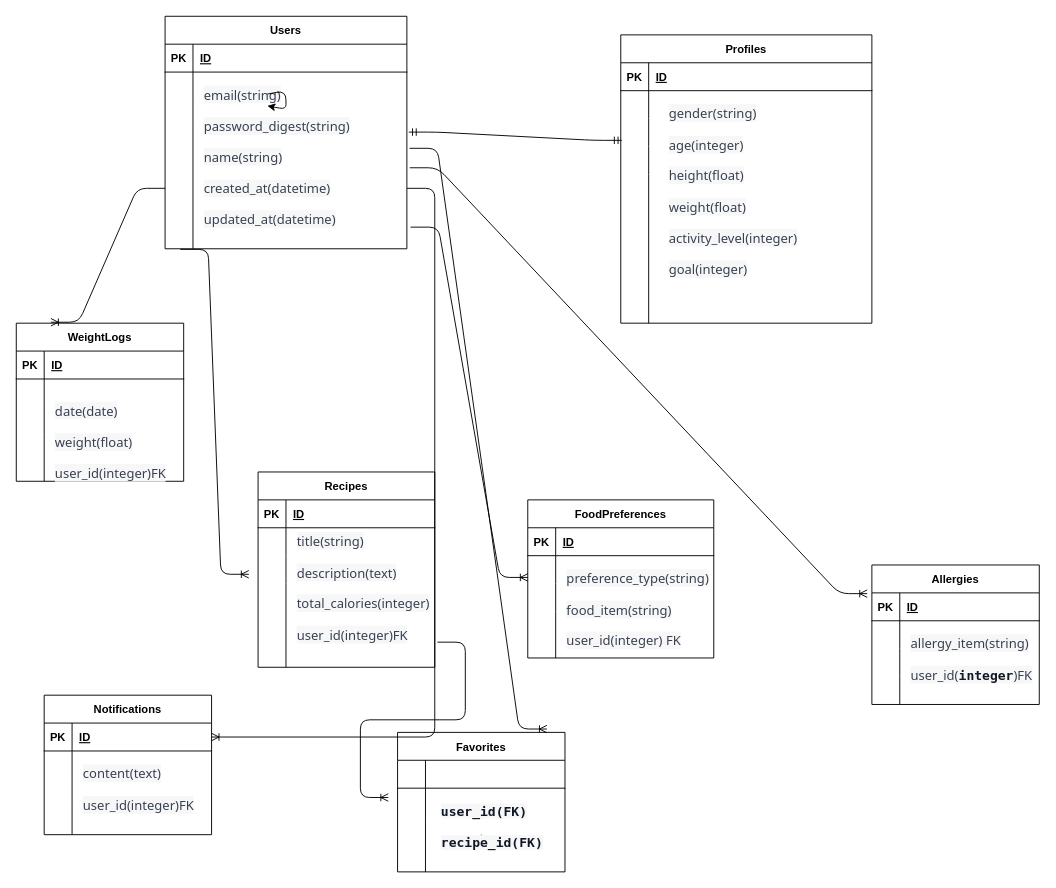
The draw.io diagram er.dio in sakamoto-kohei-44/Fat-Recipe, before the edit. Source tidied: cells renumbered, new cells numbered last; positions are measured from the earlier drawing's top-left corner, leaving out a move shared by most shapes. Both pictures are drawn from the tidied source at 93%, with x=0, y=0 at pixel (16, 16).
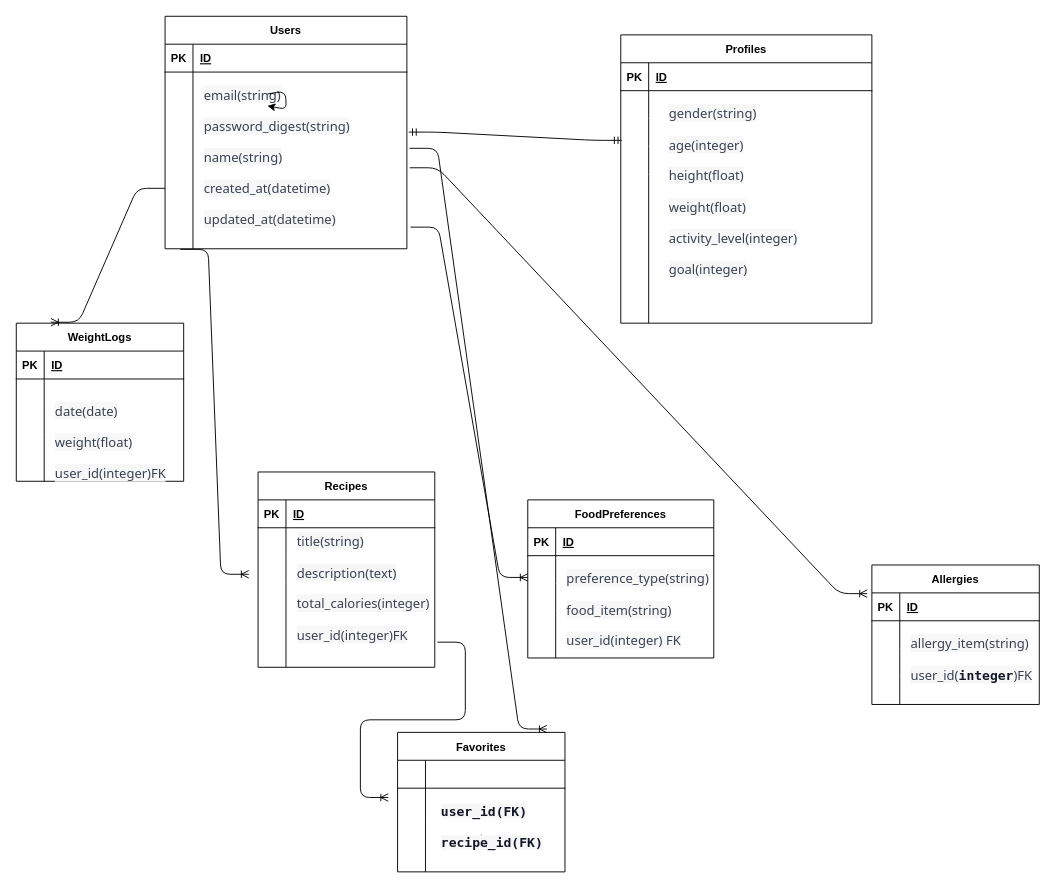
Above is the later version.

Commit message:
:bug:ER図修正

Unchanged cells that the change refers to:
```xml
<mxCell id="82" style="shape=tableRow;horizontal=0;startSize=0;swimlaneHead=0;swimlaneBody=0;fillColor=none;points=[[0,0.5],[1,0.5]];portConstraint=eastwest;top=0;left=0;right=0;bottom=0;fontSize=12;" parent="72" vertex="1">
  <mxGeometry y="120" width="260" height="130" as="geometry" />
</mxCell>
```

Diff of the diagram source:
```diff
@@
-    <mxCell id="58" value="Notifications" style="shape=table;startSize=30;childLayout=tableLayout;rowLines=0;fontStyle=1;align=center;fontSize=12;" parent="1" vertex="1">
-      <mxGeometry x="30" y="730" width="180" height="150" as="geometry" />
-    </mxCell>
-    <mxCell id="59" style="shape=tableRow;horizontal=0;startSize=0;swimlaneHead=0;swimlaneBody=0;fillColor=none;points=[[0,0.5],[1,0.5]];portConstraint=eastwest;top=0;left=0;right=0;bottom=1;fontSize=12;" parent="58" vertex="1">
-      <mxGeometry y="30" width="180" height="30" as="geometry" />
-    </mxCell>
-    <mxCell id="60" value="PK" style="shape=partialRectangle;fillColor=none;top=0;left=0;bottom=0;right=0;fontStyle=1;overflow=hidden;fontSize=12;" parent="59" vertex="1">
-      <mxGeometry width="30" height="30" as="geometry" />
-    </mxCell>
-    <mxCell id="61" value="ID" style="shape=partialRectangle;fillColor=none;top=0;left=0;bottom=0;right=0;align=left;spacingLeft=6;fontStyle=5;overflow=hidden;fontSize=12;" parent="59" vertex="1">
-      <mxGeometry x="30" width="150" height="30" as="geometry" />
-    </mxCell>
-    <mxCell id="62" style="shape=tableRow;horizontal=0;startSize=0;swimlaneHead=0;swimlaneBody=0;fillColor=none;top=0;left=0;right=0;bottom=0;fontSize=12;" parent="58" vertex="1">
-      <mxGeometry y="60" width="180" height="30" as="geometry" />
-    </mxCell>
-    <mxCell id="63" style="shape=partialRectangle;fillColor=none;top=0;left=0;bottom=0;right=0;overflow=hidden;fontSize=12;" parent="62" vertex="1">
-      <mxGeometry width="30" height="30" as="geometry" />
-    </mxCell>
-    <mxCell id="64" style="shape=partialRectangle;fillColor=none;top=0;left=0;bottom=0;right=0;align=left;spacingLeft=6;overflow=hidden;fontSize=12;" parent="62" vertex="1">
-      <mxGeometry x="30" width="150" height="30" as="geometry" />
-    </mxCell>
-    <mxCell id="65" style="shape=tableRow;horizontal=0;startSize=0;swimlaneHead=0;swimlaneBody=0;fillColor=none;top=0;left=0;right=0;bottom=0;fontSize=12;" parent="58" vertex="1">
-      <mxGeometry y="90" width="180" height="30" as="geometry" />
-    </mxCell>
-    <mxCell id="66" style="shape=partialRectangle;fillColor=none;top=0;left=0;bottom=0;right=0;overflow=hidden;fontSize=12;" parent="65" vertex="1">
-      <mxGeometry width="30" height="30" as="geometry" />
-    </mxCell>
-    <mxCell id="67" style="shape=partialRectangle;fillColor=none;top=0;left=0;bottom=0;right=0;align=left;spacingLeft=6;overflow=hidden;fontSize=12;" parent="65" vertex="1">
-      <mxGeometry x="30" width="150" height="30" as="geometry" />
-    </mxCell>
-    <mxCell id="68" style="shape=tableRow;horizontal=0;startSize=0;swimlaneHead=0;swimlaneBody=0;fillColor=none;top=0;left=0;right=0;bottom=0;fontSize=12;" parent="58" vertex="1">
-      <mxGeometry y="120" width="180" height="30" as="geometry" />
-    </mxCell>
-    <mxCell id="69" style="shape=partialRectangle;fillColor=none;top=0;left=0;bottom=0;right=0;overflow=hidden;fontSize=12;" parent="68" vertex="1">
-      <mxGeometry width="30" height="30" as="geometry" />
-    </mxCell>
-    <mxCell id="70" style="shape=partialRectangle;fillColor=none;top=0;left=0;bottom=0;right=0;align=left;spacingLeft=6;overflow=hidden;fontSize=12;" parent="68" vertex="1">
-      <mxGeometry x="30" width="150" height="30" as="geometry" />
-    </mxCell>
-    <mxCell id="71" value="&lt;span style=&quot;color: rgb(55, 65, 81); font-family: Söhne, ui-sans-serif, system-ui, -apple-system, &amp;quot;Segoe UI&amp;quot;, Roboto, Ubuntu, Cantarell, &amp;quot;Noto Sans&amp;quot;, sans-serif, &amp;quot;Helvetica Neue&amp;quot;, Arial, &amp;quot;Apple Color Emoji&amp;quot;, &amp;quot;Segoe UI Emoji&amp;quot;, &amp;quot;Segoe UI Symbol&amp;quot;, &amp;quot;Noto Color Emoji&amp;quot;; font-size: 14px; font-style: normal; font-variant-ligatures: normal; font-variant-caps: normal; font-weight: 400; letter-spacing: normal; orphans: 2; text-align: left; text-indent: 0px; text-transform: none; widows: 2; word-spacing: 0px; -webkit-text-stroke-width: 0px; background-color: rgb(247, 247, 248); text-decoration-thickness: initial; text-decoration-style: initial; text-decoration-color: initial; float: none; display: inline !important;&quot;&gt;content(text)&lt;br&gt;&lt;span style=&quot;&quot;&gt;&lt;br&gt;user_id(integer)FK&lt;/span&gt;&lt;br&gt;&lt;br&gt;&lt;/span&gt;" style="text;whiteSpace=wrap;html=1;fontSize=12;" parent="1" vertex="1">
-      <mxGeometry x="70" y="800" width="80" height="40" as="geometry" />
-    </mxCell>
@@
-    <mxCell id="122" style="edgeStyle=entityRelationEdgeStyle;fontSize=12;html=1;endArrow=ERoneToMany;entryX=1;entryY=0.5;entryDx=0;entryDy=0;" parent="1" edge="1" source="82" target="59">
-      <mxGeometry relative="1" as="geometry" />
-    </mxCell>
```
